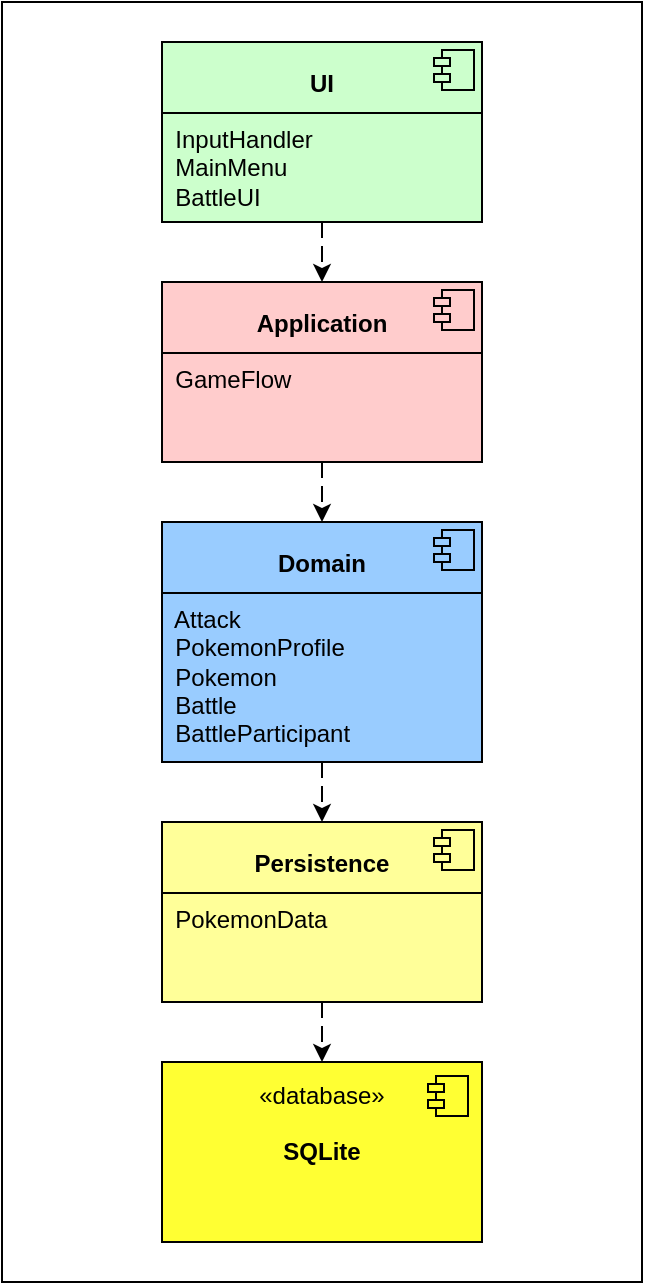
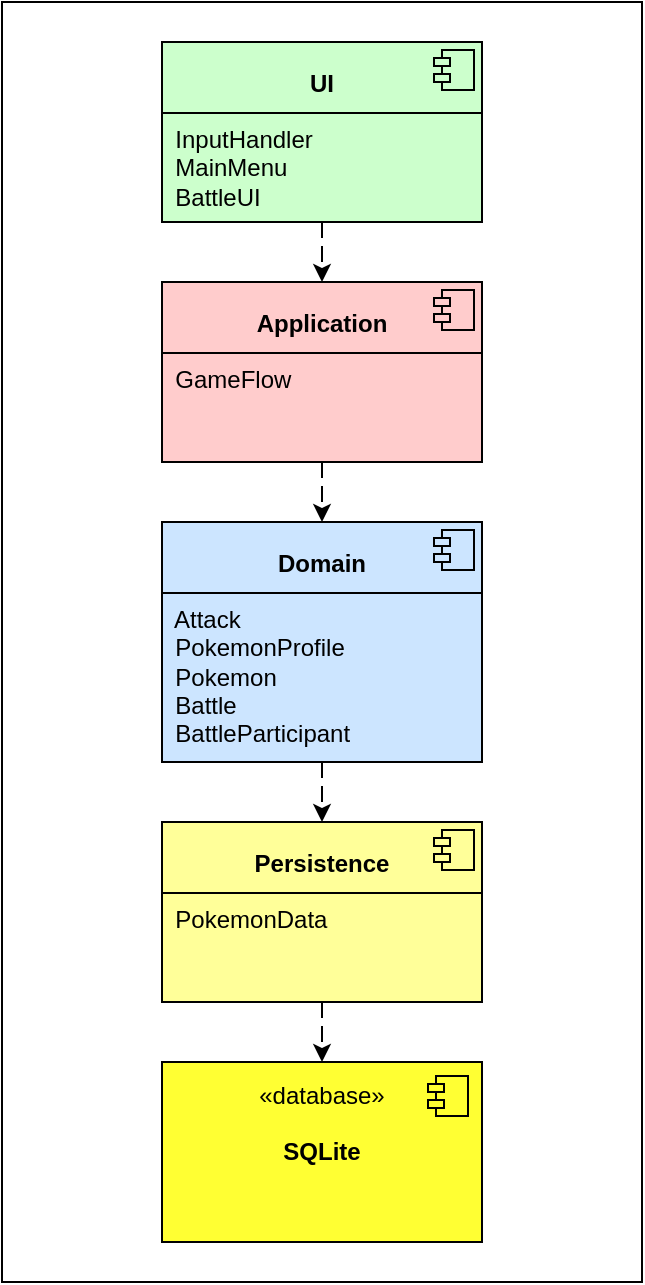
<mxfile host="app.diagrams.net">
  <diagram name="Page-1" id="PizYY43NCI1ggH8KVUrb">
-     <mxGraphModel dx="1549" dy="687" grid="1" gridSize="10" guides="1" tooltips="1" connect="1" arrows="1" fold="1" page="1" pageScale="1" pageWidth="827" pageHeight="1169" math="0" shadow="0">
+     <mxGraphModel dx="1527" dy="687" grid="1" gridSize="10" guides="1" tooltips="1" connect="1" arrows="1" fold="1" page="1" pageScale="1" pageWidth="827" pageHeight="1169" math="0" shadow="0">
      <root>
        <mxCell id="0" />
        <mxCell id="1" parent="0" />
        <mxCell id="W_vP7MB0y6qmJs2yfLHc-1" parent="1" style="rounded=0;whiteSpace=wrap;html=1;" value="" vertex="1">
          <mxGeometry height="640" width="320" x="360" y="40" as="geometry" />
        </mxCell>
        <mxCell id="QePiq8B7hMwe2jFe5RBS-52" edge="1" parent="1" source="QePiq8B7hMwe2jFe5RBS-39" style="edgeStyle=orthogonalEdgeStyle;rounded=0;orthogonalLoop=1;jettySize=auto;html=1;dashed=1;dashPattern=8 8;" target="QePiq8B7hMwe2jFe5RBS-47" value="">
          <mxGeometry relative="1" as="geometry" />
        </mxCell>
        <mxCell id="QePiq8B7hMwe2jFe5RBS-39" parent="1" style="align=left;overflow=fill;html=1;dropTarget=0;whiteSpace=wrap;fillColor=#FFFF99;" value="&lt;div align=&quot;center&quot;&gt;&lt;b&gt;&lt;br&gt;&lt;/b&gt;&lt;/div&gt;&lt;div align=&quot;center&quot;&gt;&lt;b&gt;Persistence&lt;/b&gt;&lt;/div&gt;&lt;p style=&quot;margin:0px;margin-top:6px;text-align:center;&quot;&gt;&lt;/p&gt;&lt;hr size=&quot;1&quot; style=&quot;border-style:solid;&quot;&gt;&lt;div&gt;&amp;nbsp; PokemonData&lt;/div&gt;" vertex="1">
          <mxGeometry height="90" width="160" x="440" y="450" as="geometry" />
        </mxCell>
        <mxCell id="QePiq8B7hMwe2jFe5RBS-40" parent="QePiq8B7hMwe2jFe5RBS-39" style="shape=component;jettyWidth=8;jettyHeight=4;fillColor=#FFFF99;" value="" vertex="1">
          <mxGeometry height="20" relative="1" width="20" x="1" as="geometry">
            <mxPoint x="-24" y="4" as="offset" />
          </mxGeometry>
        </mxCell>
        <mxCell id="QePiq8B7hMwe2jFe5RBS-50" edge="1" parent="1" source="QePiq8B7hMwe2jFe5RBS-41" style="edgeStyle=orthogonalEdgeStyle;rounded=0;orthogonalLoop=1;jettySize=auto;html=1;dashed=1;dashPattern=8 8;" target="QePiq8B7hMwe2jFe5RBS-45" value="">
          <mxGeometry relative="1" as="geometry" />
        </mxCell>
        <mxCell id="QePiq8B7hMwe2jFe5RBS-41" parent="1" style="align=left;overflow=fill;html=1;dropTarget=0;whiteSpace=wrap;fillColor=#FFCCCC;" value="&lt;div align=&quot;center&quot;&gt;&lt;b&gt;&lt;br&gt;&lt;/b&gt;&lt;/div&gt;&lt;div align=&quot;center&quot;&gt;&lt;b&gt;Application&lt;/b&gt;&lt;/div&gt;&lt;p style=&quot;margin:0px;margin-top:6px;text-align:center;&quot;&gt;&lt;/p&gt;&lt;hr size=&quot;1&quot; style=&quot;border-style:solid;&quot;&gt;&lt;div&gt;&amp;nbsp; GameFlow&lt;/div&gt;" vertex="1">
          <mxGeometry height="90" width="160" x="440" y="180" as="geometry" />
        </mxCell>
        <mxCell id="QePiq8B7hMwe2jFe5RBS-42" parent="QePiq8B7hMwe2jFe5RBS-41" style="shape=component;jettyWidth=8;jettyHeight=4;fillColor=#FFCCCC;" value="" vertex="1">
          <mxGeometry height="20" relative="1" width="20" x="1" as="geometry">
            <mxPoint x="-24" y="4" as="offset" />
          </mxGeometry>
        </mxCell>
        <mxCell id="QePiq8B7hMwe2jFe5RBS-49" edge="1" parent="1" source="QePiq8B7hMwe2jFe5RBS-43" style="edgeStyle=orthogonalEdgeStyle;rounded=0;orthogonalLoop=1;jettySize=auto;html=1;dashed=1;dashPattern=8 8;" target="QePiq8B7hMwe2jFe5RBS-41" value="">
          <mxGeometry relative="1" as="geometry" />
        </mxCell>
        <mxCell id="QePiq8B7hMwe2jFe5RBS-43" parent="1" style="align=left;overflow=fill;html=1;dropTarget=0;whiteSpace=wrap;fillColor=#CCFFCC;" value="&lt;div align=&quot;center&quot;&gt;&lt;b&gt;&lt;br&gt;&lt;/b&gt;&lt;/div&gt;&lt;div align=&quot;center&quot;&gt;&lt;b&gt;UI&lt;/b&gt;&lt;/div&gt;&lt;p style=&quot;margin:0px;margin-top:6px;text-align:center;&quot;&gt;&lt;/p&gt;&lt;hr size=&quot;1&quot; style=&quot;border-style:solid;&quot;&gt;&lt;div&gt;&amp;nbsp; InputHandler&lt;/div&gt;&lt;div&gt;&amp;nbsp; MainMenu&lt;/div&gt;&lt;div&gt;&amp;nbsp; BattleUI&lt;/div&gt;" vertex="1">
          <mxGeometry height="90" width="160" x="440" y="60" as="geometry" />
        </mxCell>
        <mxCell id="QePiq8B7hMwe2jFe5RBS-44" parent="QePiq8B7hMwe2jFe5RBS-43" style="shape=component;jettyWidth=8;jettyHeight=4;fillColor=#CCFFCC;" value="" vertex="1">
          <mxGeometry height="20" relative="1" width="20" x="1" as="geometry">
            <mxPoint x="-24" y="4" as="offset" />
          </mxGeometry>
        </mxCell>
        <mxCell id="QePiq8B7hMwe2jFe5RBS-51" edge="1" parent="1" source="QePiq8B7hMwe2jFe5RBS-45" style="edgeStyle=orthogonalEdgeStyle;rounded=0;orthogonalLoop=1;jettySize=auto;html=1;dashed=1;dashPattern=8 8;" target="QePiq8B7hMwe2jFe5RBS-39" value="">
          <mxGeometry relative="1" as="geometry" />
        </mxCell>
-         <mxCell id="QePiq8B7hMwe2jFe5RBS-45" parent="1" style="align=left;overflow=fill;html=1;dropTarget=0;whiteSpace=wrap;fillColor=#99CCFF;" value="&lt;div align=&quot;center&quot;&gt;&lt;b&gt;&lt;br&gt;&lt;/b&gt;&lt;/div&gt;&lt;div align=&quot;center&quot;&gt;&lt;b&gt;Domain&lt;/b&gt;&lt;/div&gt;&lt;p style=&quot;margin:0px;margin-top:6px;text-align:center;&quot;&gt;&lt;/p&gt;&lt;hr size=&quot;1&quot; style=&quot;border-style:solid;&quot;&gt;&lt;div&gt;&amp;nbsp; Attack&lt;/div&gt;&lt;div&gt;&amp;nbsp; PokemonProfile&lt;/div&gt;&lt;div&gt;&amp;nbsp; Pokemon&lt;/div&gt;&lt;div&gt;&amp;nbsp; Battle&lt;/div&gt;&lt;div&gt;&amp;nbsp; BattleParticipant&lt;/div&gt;" vertex="1">
+         <mxCell id="QePiq8B7hMwe2jFe5RBS-45" parent="1" style="align=left;overflow=fill;html=1;dropTarget=0;whiteSpace=wrap;fillColor=#CCE5FF;" value="&lt;div align=&quot;center&quot;&gt;&lt;b&gt;&lt;br&gt;&lt;/b&gt;&lt;/div&gt;&lt;div align=&quot;center&quot;&gt;&lt;b&gt;Domain&lt;/b&gt;&lt;/div&gt;&lt;p style=&quot;margin:0px;margin-top:6px;text-align:center;&quot;&gt;&lt;/p&gt;&lt;hr size=&quot;1&quot; style=&quot;border-style:solid;&quot;&gt;&lt;div&gt;&amp;nbsp; Attack&lt;/div&gt;&lt;div&gt;&amp;nbsp; PokemonProfile&lt;/div&gt;&lt;div&gt;&amp;nbsp; Pokemon&lt;/div&gt;&lt;div&gt;&amp;nbsp; Battle&lt;/div&gt;&lt;div&gt;&amp;nbsp; BattleParticipant&lt;/div&gt;" vertex="1">
          <mxGeometry height="120" width="160" x="440" y="300" as="geometry" />
        </mxCell>
-         <mxCell id="QePiq8B7hMwe2jFe5RBS-46" parent="QePiq8B7hMwe2jFe5RBS-45" style="shape=component;jettyWidth=8;jettyHeight=4;fillColor=#99CCFF;" value="" vertex="1">
+         <mxCell id="QePiq8B7hMwe2jFe5RBS-46" parent="QePiq8B7hMwe2jFe5RBS-45" style="shape=component;jettyWidth=8;jettyHeight=4;fillColor=#CCE5FF;" value="" vertex="1">
          <mxGeometry height="20" relative="1" width="20" x="1" as="geometry">
            <mxPoint x="-24" y="4" as="offset" />
          </mxGeometry>
        </mxCell>
        <mxCell id="QePiq8B7hMwe2jFe5RBS-47" parent="1" style="html=1;dropTarget=0;whiteSpace=wrap;fillColor=#FFFF33;align=center;" value="&lt;div align=&quot;center&quot;&gt;«database»&lt;/div&gt;&lt;div align=&quot;center&quot;&gt;&lt;br&gt;&lt;b&gt;SQLite&lt;/b&gt;&lt;/div&gt;&lt;div align=&quot;center&quot;&gt;&lt;b&gt;&lt;br&gt;&lt;/b&gt;&lt;/div&gt;&lt;div align=&quot;center&quot;&gt;&lt;b&gt;&lt;br&gt;&lt;/b&gt;&lt;/div&gt;" vertex="1">
          <mxGeometry height="90" width="160" x="440" y="570" as="geometry" />
        </mxCell>
        <mxCell id="QePiq8B7hMwe2jFe5RBS-48" parent="QePiq8B7hMwe2jFe5RBS-47" style="shape=module;jettyWidth=8;jettyHeight=4;fillColor=#FFFF33;" value="" vertex="1">
          <mxGeometry height="20" relative="1" width="20" x="1" as="geometry">
            <mxPoint x="-27" y="7" as="offset" />
          </mxGeometry>
        </mxCell>
      </root>
    </mxGraphModel>
  </diagram>
</mxfile>
